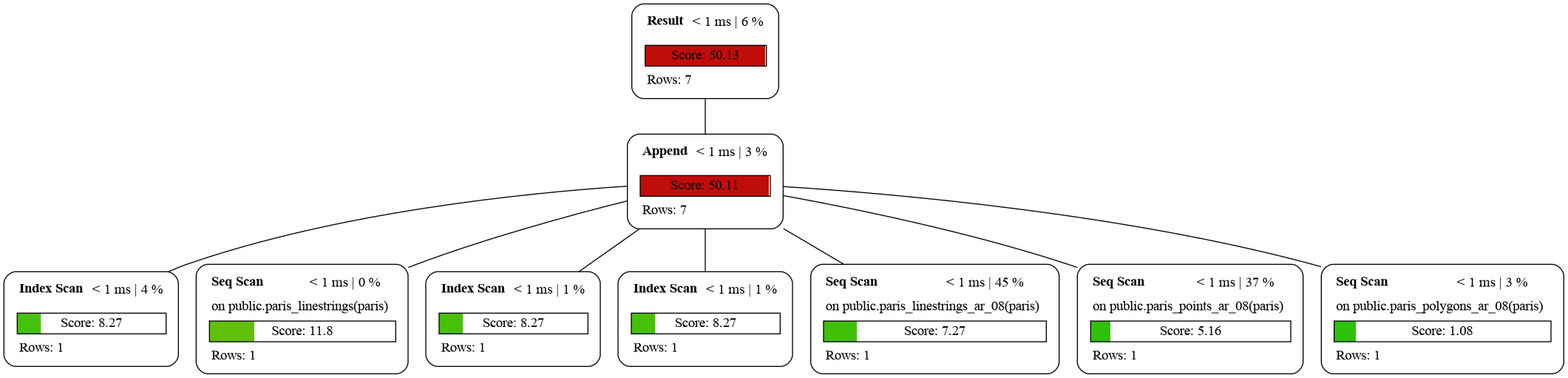
The Graphviz diagram examples/plan_3.png in sanpii/explain, before a commit. Its source is kept beside it as examples/plan_3.dot.
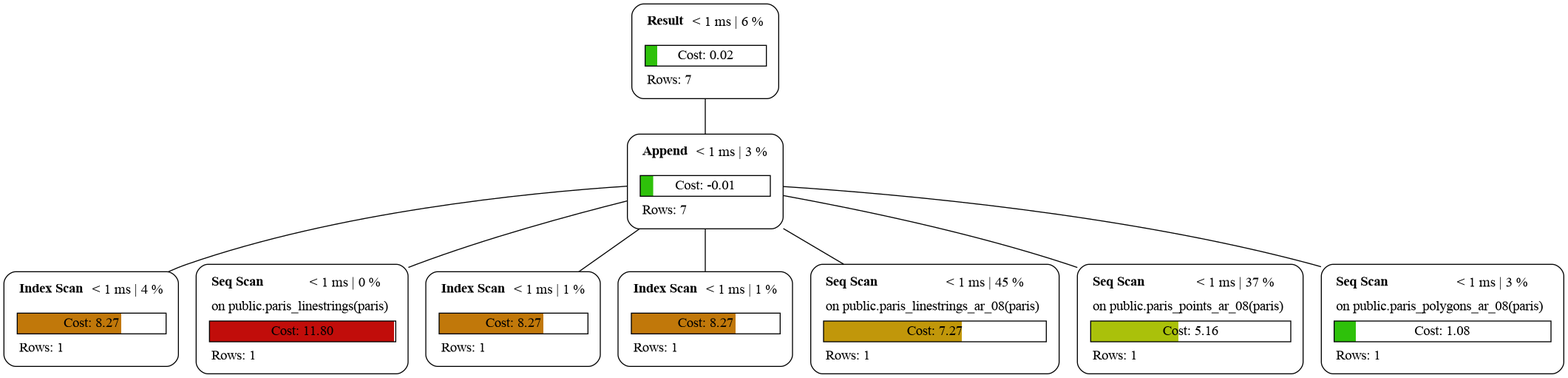
The same diagram one commit later.

Diff of the diagram source:
```diff
@@ -1,13 +1,13 @@
 graph explain {
-    node0[label=<<table border="0" cellborder="0" cellspacing="5"><tr><td align="left"><b>Result</b></td><td>&lt; 1 ms | 6 %</td></tr><tr><td colspan="2" align="left"></td></tr><tr><td colspan="2" border="1" bgcolor="#c10d0a;0.99:white">Score: 50.13</td></tr><tr><td colspan="2" align="left">Rows: 7</td></tr></table>>][style="rounded"][shape="box"];
-    node1[label=<<table border="0" cellborder="0" cellspacing="5"><tr><td align="left"><b>Append</b></td><td>&lt; 1 ms | 3 %</td></tr><tr><td colspan="2" align="left"></td></tr><tr><td colspan="2" border="1" bgcolor="#c10d0a;0.99:white">Score: 50.11</td></tr><tr><td colspan="2" align="left">Rows: 7</td></tr></table>>][style="rounded"][shape="box"];
-    node2[label=<<table border="0" cellborder="0" cellspacing="5"><tr><td align="left"><b>Index Scan</b></td><td>&lt; 1 ms | 4 %</td></tr><tr><td colspan="2" align="left"></td></tr><tr><td colspan="2" border="1" bgcolor="#46c10a;0.16:white">Score: 8.27</td></tr><tr><td colspan="2" align="left">Rows: 1</td></tr></table>>][style="rounded"][shape="box"];
-    node3[label=<<table border="0" cellborder="0" cellspacing="5"><tr><td align="left"><b>Seq Scan</b></td><td>&lt; 1 ms | 0 %</td></tr><tr><td colspan="2" align="left">on public.paris_linestrings(paris)</td></tr><tr><td colspan="2" border="1" bgcolor="#60c10a;0.24:white">Score: 11.8</td></tr><tr><td colspan="2" align="left">Rows: 1</td></tr></table>>][style="rounded"][shape="box"];
-    node4[label=<<table border="0" cellborder="0" cellspacing="5"><tr><td align="left"><b>Index Scan</b></td><td>&lt; 1 ms | 1 %</td></tr><tr><td colspan="2" align="left"></td></tr><tr><td colspan="2" border="1" bgcolor="#46c10a;0.16:white">Score: 8.27</td></tr><tr><td colspan="2" align="left">Rows: 1</td></tr></table>>][style="rounded"][shape="box"];
-    node5[label=<<table border="0" cellborder="0" cellspacing="5"><tr><td align="left"><b>Index Scan</b></td><td>&lt; 1 ms | 1 %</td></tr><tr><td colspan="2" align="left"></td></tr><tr><td colspan="2" border="1" bgcolor="#46c10a;0.16:white">Score: 8.27</td></tr><tr><td colspan="2" align="left">Rows: 1</td></tr></table>>][style="rounded"][shape="box"];
-    node6[label=<<table border="0" cellborder="0" cellspacing="5"><tr><td align="left"><b>Seq Scan</b></td><td>&lt; 1 ms | 45 %</td></tr><tr><td colspan="2" align="left">on public.paris_linestrings_ar_08(paris)</td></tr><tr><td colspan="2" border="1" bgcolor="#3fc10a;0.15:white">Score: 7.27</td></tr><tr><td colspan="2" align="left">Rows: 1</td></tr></table>>][style="rounded"][shape="box"];
-    node7[label=<<table border="0" cellborder="0" cellspacing="5"><tr><td align="left"><b>Seq Scan</b></td><td>&lt; 1 ms | 37 %</td></tr><tr><td colspan="2" align="left">on public.paris_points_ar_08(paris)</td></tr><tr><td colspan="2" border="1" bgcolor="#2fc10a;0.10:white">Score: 5.16</td></tr><tr><td colspan="2" align="left">Rows: 1</td></tr></table>>][style="rounded"][shape="box"];
-    node8[label=<<table border="0" cellborder="0" cellspacing="5"><tr><td align="left"><b>Seq Scan</b></td><td>&lt; 1 ms | 3 %</td></tr><tr><td colspan="2" align="left">on public.paris_polygons_ar_08(paris)</td></tr><tr><td colspan="2" border="1" bgcolor="#2ec10a;0.10:white">Score: 1.08</td></tr><tr><td colspan="2" align="left">Rows: 1</td></tr></table>>][style="rounded"][shape="box"];
+    node0[label=<<table border="0" cellborder="0" cellspacing="5"><tr><td align="left"><b>Result</b></td><td>&lt; 1 ms | 6 %</td></tr><tr><td colspan="2" align="left"></td></tr><tr><td colspan="2" border="1" bgcolor="#2ec10a;0.10:white">Cost: 0.02</td></tr><tr><td colspan="2" align="left">Rows: 7</td></tr></table>>][style="rounded"][shape="box"];
+    node1[label=<<table border="0" cellborder="0" cellspacing="5"><tr><td align="left"><b>Append</b></td><td>&lt; 1 ms | 3 %</td></tr><tr><td colspan="2" align="left"></td></tr><tr><td colspan="2" border="1" bgcolor="#2ec10a;0.10:white">Cost: -0.01</td></tr><tr><td colspan="2" align="left">Rows: 7</td></tr></table>>][style="rounded"][shape="box"];
+    node2[label=<<table border="0" cellborder="0" cellspacing="5"><tr><td align="left"><b>Index Scan</b></td><td>&lt; 1 ms | 4 %</td></tr><tr><td colspan="2" align="left"></td></tr><tr><td colspan="2" border="1" bgcolor="#c1780a;0.70:white">Cost: 8.27</td></tr><tr><td colspan="2" align="left">Rows: 1</td></tr></table>>][style="rounded"][shape="box"];
+    node3[label=<<table border="0" cellborder="0" cellspacing="5"><tr><td align="left"><b>Seq Scan</b></td><td>&lt; 1 ms | 0 %</td></tr><tr><td colspan="2" align="left">on public.paris_linestrings(paris)</td></tr><tr><td colspan="2" border="1" bgcolor="#c10d0a;0.99:white">Cost: 11.80</td></tr><tr><td colspan="2" align="left">Rows: 1</td></tr></table>>][style="rounded"][shape="box"];
+    node4[label=<<table border="0" cellborder="0" cellspacing="5"><tr><td align="left"><b>Index Scan</b></td><td>&lt; 1 ms | 1 %</td></tr><tr><td colspan="2" align="left"></td></tr><tr><td colspan="2" border="1" bgcolor="#c1780a;0.70:white">Cost: 8.27</td></tr><tr><td colspan="2" align="left">Rows: 1</td></tr></table>>][style="rounded"][shape="box"];
+    node5[label=<<table border="0" cellborder="0" cellspacing="5"><tr><td align="left"><b>Index Scan</b></td><td>&lt; 1 ms | 1 %</td></tr><tr><td colspan="2" align="left"></td></tr><tr><td colspan="2" border="1" bgcolor="#c1780a;0.70:white">Cost: 8.27</td></tr><tr><td colspan="2" align="left">Rows: 1</td></tr></table>>][style="rounded"][shape="box"];
+    node6[label=<<table border="0" cellborder="0" cellspacing="5"><tr><td align="left"><b>Seq Scan</b></td><td>&lt; 1 ms | 45 %</td></tr><tr><td colspan="2" align="left">on public.paris_linestrings_ar_08(paris)</td></tr><tr><td colspan="2" border="1" bgcolor="#c1970a;0.62:white">Cost: 7.27</td></tr><tr><td colspan="2" align="left">Rows: 1</td></tr></table>>][style="rounded"][shape="box"];
+    node7[label=<<table border="0" cellborder="0" cellspacing="5"><tr><td align="left"><b>Seq Scan</b></td><td>&lt; 1 ms | 37 %</td></tr><tr><td colspan="2" align="left">on public.paris_points_ar_08(paris)</td></tr><tr><td colspan="2" border="1" bgcolor="#aac10a;0.44:white">Cost: 5.16</td></tr><tr><td colspan="2" align="left">Rows: 1</td></tr></table>>][style="rounded"][shape="box"];
+    node8[label=<<table border="0" cellborder="0" cellspacing="5"><tr><td align="left"><b>Seq Scan</b></td><td>&lt; 1 ms | 3 %</td></tr><tr><td colspan="2" align="left">on public.paris_polygons_ar_08(paris)</td></tr><tr><td colspan="2" border="1" bgcolor="#2ec10a;0.10:white">Cost: 1.08</td></tr><tr><td colspan="2" align="left">Rows: 1</td></tr></table>>][style="rounded"][shape="box"];
     node0 -- node1[label=""];
     node1 -- node2[label=""];
     node1 -- node3[label=""];
```
